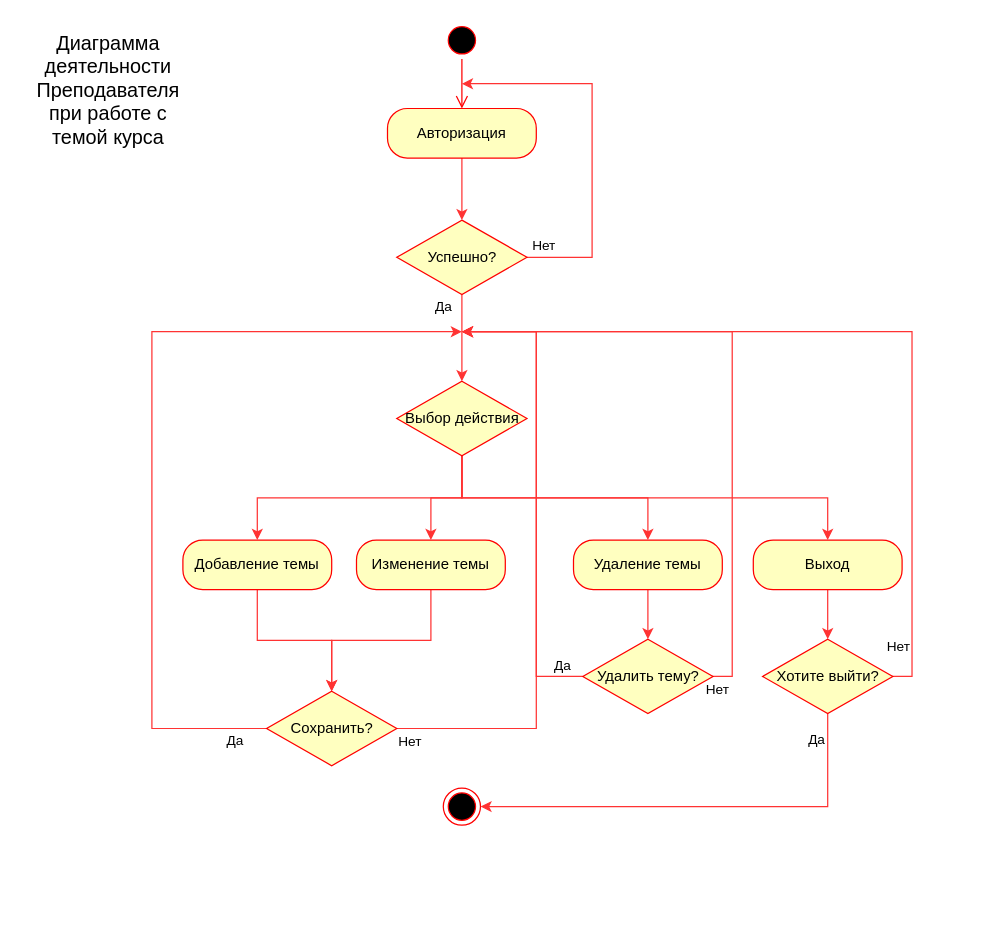
Above: page "Activity teacher - Topic" (12 of 14) of UML.drawio in FaridunSalimzoda/myvkr (draw.io), before the change. Source tidied: cells renumbered, new cells numbered last; positions are measured from the earlier drawing's top-left corner, leaving out a move shared by most shapes. Both pictures are drawn from the tidied source at 124%, with x=0, y=0 at pixel (21, 21).
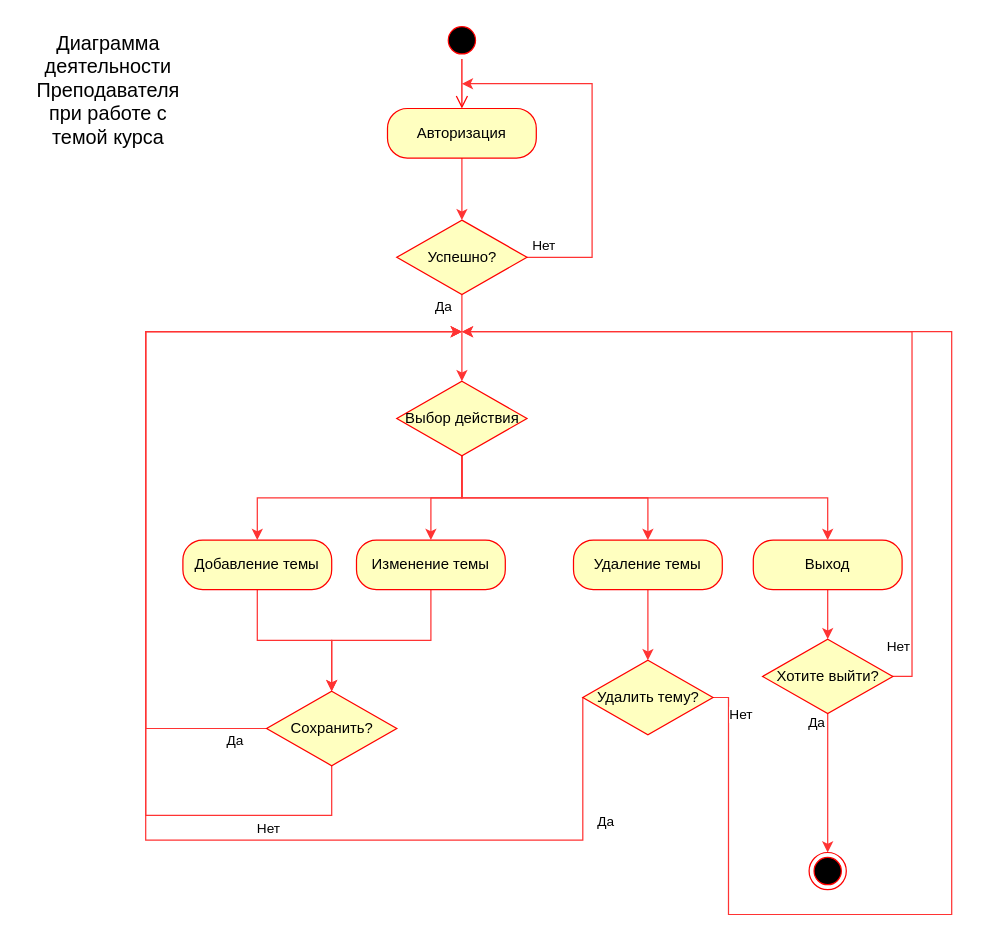
The same page after the edit.

The change refers to these unchanged cells:
```xml
<mxCell id="22" value="Сохранить?" style="rhombus;whiteSpace=wrap;html=1;fillColor=#ffffc0;strokeColor=#ff0000;" parent="1" vertex="1">
  <mxGeometry x="197.5" y="540" width="105" height="60" as="geometry" />
</mxCell>
<mxCell id="33" value="Хотите выйти?" style="rhombus;whiteSpace=wrap;html=1;fillColor=#ffffc0;strokeColor=#ff0000;" parent="1" vertex="1">
  <mxGeometry x="597.5" y="498" width="105" height="60" as="geometry" />
</mxCell>
```

Change to the diagram source:
```diff
@@
     <mxCell id="19" value="Да" style="edgeStyle=orthogonalEdgeStyle;rounded=0;orthogonalLoop=1;jettySize=auto;html=1;exitX=0;exitY=0.5;exitDx=0;exitDy=0;strokeColor=#FF3333;" parent="1" edge="1">
       <mxGeometry x="-0.92" y="10" relative="1" as="geometry">
         <mxPoint x="198.5" y="570" as="sourcePoint" />
         <mxPoint x="355" y="250" as="targetPoint" />
         <Array as="points">
-          <mxPoint x="105" y="570" />
-          <mxPoint x="105" y="250" />
+          <mxPoint x="100" y="570" />
+          <mxPoint x="100" y="250" />
         </Array>
       </mxGeometry>
     </mxCell>
-    <mxCell id="20" style="edgeStyle=orthogonalEdgeStyle;rounded=0;orthogonalLoop=1;jettySize=auto;html=1;exitX=1;exitY=0.5;exitDx=0;exitDy=0;strokeColor=#FF3333;" parent="1" edge="1">
+    <mxCell id="20" style="edgeStyle=orthogonalEdgeStyle;rounded=0;jettySize=auto;html=1;exitX=0.5;exitY=1;exitDx=0;exitDy=0;strokeColor=#FF3333;" parent="1" edge="1" source="22">
       <mxGeometry relative="1" as="geometry">
-        <mxPoint x="297.5" y="570" as="sourcePoint" />
         <mxPoint x="355" y="250" as="targetPoint" />
         <Array as="points">
-          <mxPoint x="415" y="570" />
-          <mxPoint x="415" y="250" />
+          <mxPoint x="250" y="640" />
+          <mxPoint x="100" y="640" />
+          <mxPoint x="100" y="250" />
         </Array>
       </mxGeometry>
     </mxCell>
@@
     <mxCell id="23" style="edgeStyle=orthogonalEdgeStyle;rounded=0;jettySize=auto;html=1;exitX=0;exitY=0.5;exitDx=0;exitDy=0;strokeColor=#FF3333;" parent="1" edge="1" source="27">
       <mxGeometry relative="1" as="geometry">
         <mxPoint x="355" y="250" as="targetPoint" />
         <Array as="points">
-          <mxPoint x="415" y="528" />
-          <mxPoint x="415" y="250" />
+          <mxPoint x="453" y="660" />
+          <mxPoint x="100" y="660" />
+          <mxPoint x="100" y="250" />
         </Array>
       </mxGeometry>
     </mxCell>
@@
-    <mxCell id="25" style="edgeStyle=orthogonalEdgeStyle;rounded=0;orthogonalLoop=1;jettySize=auto;html=1;exitX=1;exitY=0.5;exitDx=0;exitDy=0;strokeColor=#FF3333;" parent="1" edge="1">
+    <mxCell id="25" style="edgeStyle=orthogonalEdgeStyle;rounded=0;jettySize=auto;html=1;exitX=1;exitY=0.5;exitDx=0;exitDy=0;strokeColor=#FF3333;" parent="1" edge="1" source="27">
       <mxGeometry relative="1" as="geometry">
-        <mxPoint x="552.5" y="528" as="sourcePoint" />
         <mxPoint x="355" y="250" as="targetPoint" />
         <Array as="points">
-          <mxPoint x="573" y="528" />
-          <mxPoint x="573" y="250" />
+          <mxPoint x="570" y="545" />
+          <mxPoint x="570" y="720" />
+          <mxPoint x="750" y="720" />
+          <mxPoint x="750" y="250" />
         </Array>
       </mxGeometry>
     </mxCell>
     <mxCell id="26" value="Нет" style="edgeLabel;html=1;align=center;verticalAlign=middle;" parent="25" vertex="1">
       <mxGeometry x="-0.44" y="-2" relative="1" as="geometry">
-        <mxPoint x="-15" y="135" as="offset" />
+        <mxPoint x="-148" y="-164" as="offset" />
       </mxGeometry>
     </mxCell>
     <mxCell id="27" value="Удалить тему?" style="rhombus;whiteSpace=wrap;html=1;fillColor=#ffffc0;strokeColor=#ff0000;" parent="1" vertex="1">
-      <mxGeometry x="452.5" y="498" width="105" height="60" as="geometry" />
+      <mxGeometry x="452.5" y="515" width="105" height="60" as="geometry" />
     </mxCell>
     <mxCell id="28" style="ellipse;html=1;shape=endState;fillColor=#000000;strokeColor=#ff0000;" parent="1" vertex="1">
-      <mxGeometry x="340" y="618" width="30" height="30" as="geometry" />
+      <mxGeometry x="635" y="670" width="30" height="30" as="geometry" />
     </mxCell>
-    <mxCell id="29" style="edgeStyle=orthogonalEdgeStyle;rounded=0;jettySize=auto;html=1;exitX=0.5;exitY=1;exitDx=0;exitDy=0;entryX=1;entryY=0.5;entryDx=0;entryDy=0;strokeColor=#FF3333;" parent="1" edge="1" source="33" target="28">
-      <mxGeometry relative="1" as="geometry" />
+    <mxCell id="29" style="edgeStyle=orthogonalEdgeStyle;rounded=0;jettySize=auto;html=1;exitX=0.5;exitY=1;exitDx=0;exitDy=0;entryX=0.5;entryY=0;entryDx=0;entryDy=0;strokeColor=#FF3333;" parent="1" edge="1" source="33" target="28">
+      <mxGeometry relative="1" as="geometry">
+        <Array as="points">
+          <mxPoint x="650" y="630" />
+          <mxPoint x="650" y="630" />
+        </Array>
+      </mxGeometry>
     </mxCell>
```
